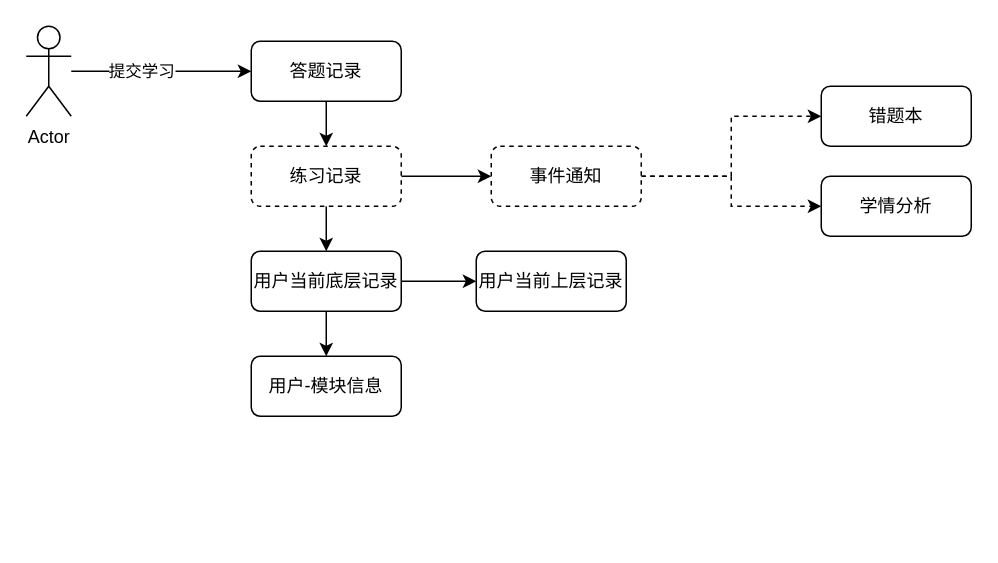
The draw.io diagram 学习记录模型V2.drawio in little-bee-zz/draw, before the edit. Source tidied: cells renumbered, new cells numbered last; positions are measured from the earlier drawing's top-left corner, leaving out a move shared by most shapes. Both pictures are drawn from the tidied source at 150%, with x=0, y=0 at pixel (26, 26).
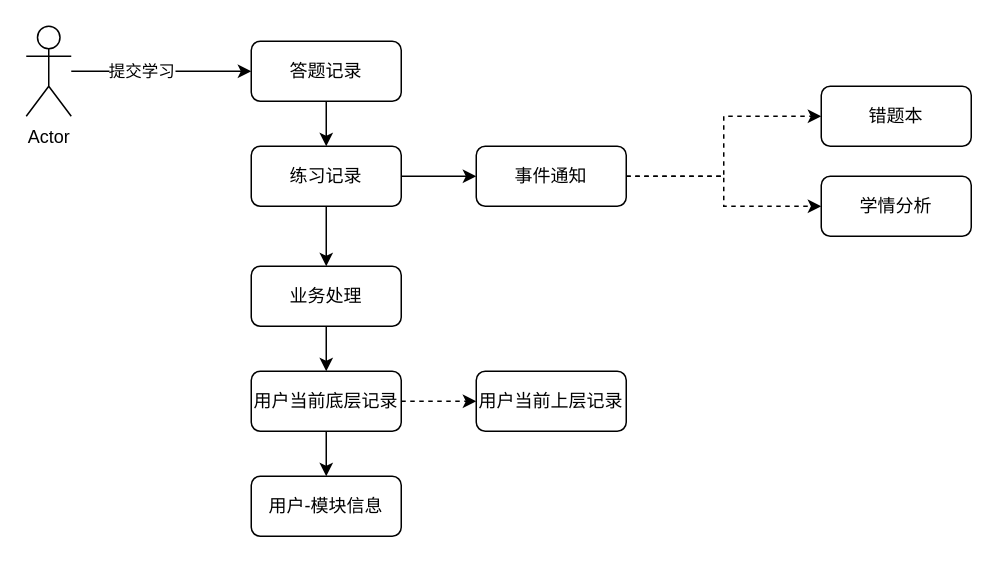
Above is the later version.

Commit message (it also covers changes not shown here):
更新学习记录模型V2.drawio

Change to the diagram source:
```diff
@@
     <mxCell id="2" value="用户-模块信息" style="rounded=1;whiteSpace=wrap;html=1;" parent="1" vertex="1">
-      <mxGeometry x="150" y="220" width="100" height="40" as="geometry" />
+      <mxGeometry x="150" y="300" width="100" height="40" as="geometry" />
     </mxCell>
-    <mxCell id="3" style="edgeStyle=orthogonalEdgeStyle;rounded=0;jettySize=auto;html=1;" parent="1" edge="1" source="5" target="10">
-      <mxGeometry relative="1" as="geometry" />
-    </mxCell>
@@
+    <mxCell id="20" style="edgeStyle=orthogonalEdgeStyle;rounded=0;jettySize=auto;html=1;entryX=0.5;entryY=0;entryDx=0;entryDy=0;" parent="1" edge="1" source="5" target="22">
+      <mxGeometry relative="1" as="geometry" />
+    </mxCell>
-    <mxCell id="5" value="练习记录" style="rounded=1;whiteSpace=wrap;html=1;dashed=1;" parent="1" vertex="1">
+    <mxCell id="5" value="练习记录" style="rounded=1;whiteSpace=wrap;html=1;" parent="1" vertex="1">
       <mxGeometry x="150" y="80" width="100" height="40" as="geometry" />
     </mxCell>
@@
-    <mxCell id="8" style="edgeStyle=orthogonalEdgeStyle;rounded=0;jettySize=auto;html=1;" parent="1" edge="1" source="10" target="11">
+    <mxCell id="8" style="edgeStyle=orthogonalEdgeStyle;rounded=0;jettySize=auto;html=1;dashed=1;" parent="1" edge="1" source="10" target="11">
       <mxGeometry relative="1" as="geometry" />
     </mxCell>
@@
     <mxCell id="10" value="用户当前底层记录" style="rounded=1;whiteSpace=wrap;html=1;" parent="1" vertex="1">
-      <mxGeometry x="150" y="150" width="100" height="40" as="geometry" />
+      <mxGeometry x="150" y="230" width="100" height="40" as="geometry" />
     </mxCell>
     <mxCell id="11" value="用户当前上层记录" style="rounded=1;whiteSpace=wrap;html=1;" parent="1" vertex="1">
-      <mxGeometry x="300" y="150" width="100" height="40" as="geometry" />
+      <mxGeometry x="300" y="230" width="100" height="40" as="geometry" />
     </mxCell>
@@
-    <mxCell id="19" value="事件通知" style="rounded=1;whiteSpace=wrap;html=1;dashed=1;" parent="1" vertex="1">
-      <mxGeometry x="310" y="80" width="100" height="40" as="geometry" />
+    <mxCell id="19" value="事件通知" style="rounded=1;whiteSpace=wrap;html=1;" parent="1" vertex="1">
+      <mxGeometry x="300" y="80" width="100" height="40" as="geometry" />
     </mxCell>
+    <mxCell id="21" style="edgeStyle=orthogonalEdgeStyle;rounded=0;jettySize=auto;html=1;" parent="1" edge="1" source="22" target="10">
+      <mxGeometry relative="1" as="geometry" />
+    </mxCell>
+    <mxCell id="22" value="业务处理" style="rounded=1;whiteSpace=wrap;html=1;" parent="1" vertex="1">
+      <mxGeometry x="150" y="160" width="100" height="40" as="geometry" />
+    </mxCell>
```
